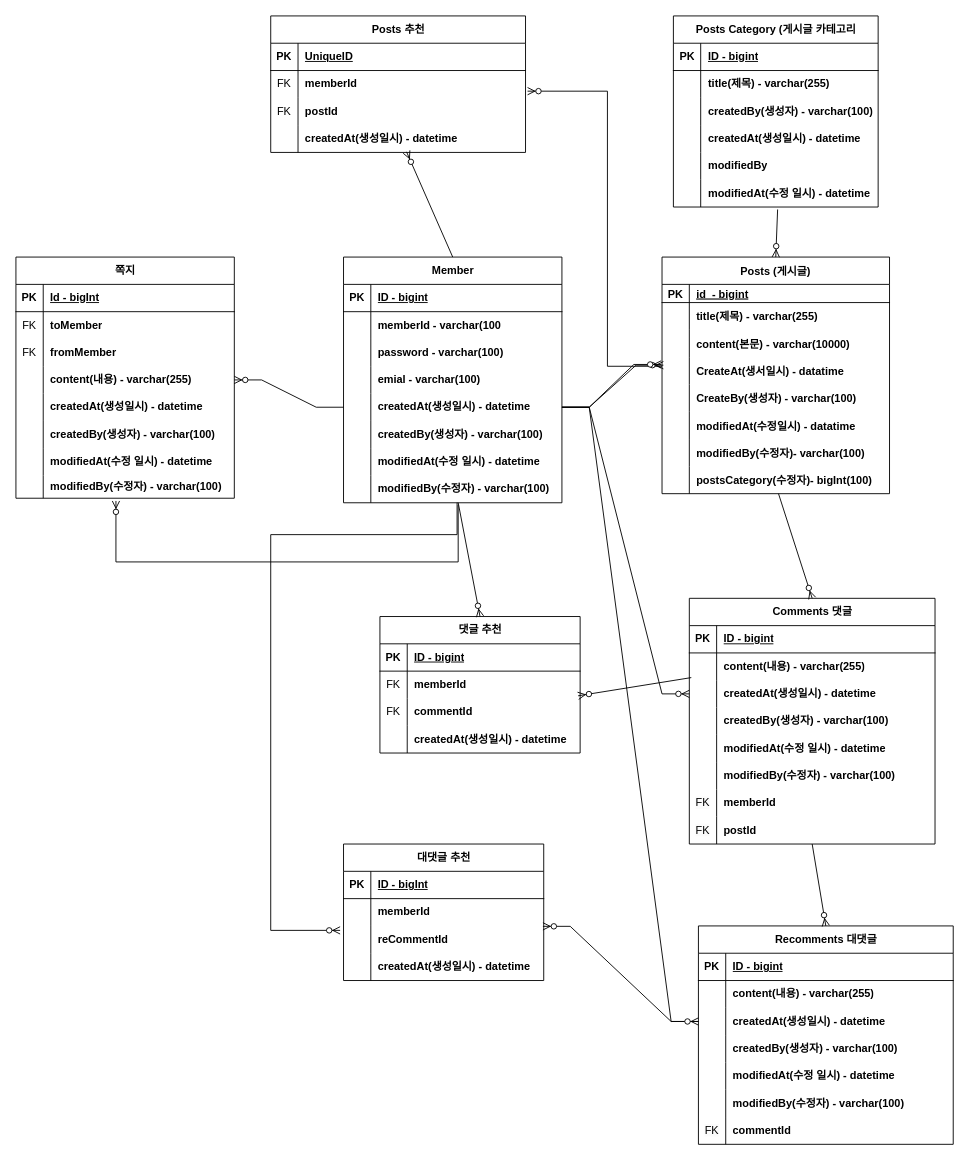
The draw.io diagram document/erd.drawio in blackzero23/DKComunity, before the edit. Source tidied: cells renumbered, new cells numbered last; positions are measured from the earlier drawing's top-left corner, leaving out a move shared by most shapes. Both pictures are drawn from the tidied source at 91%, with x=0, y=0 at pixel (15, 15).
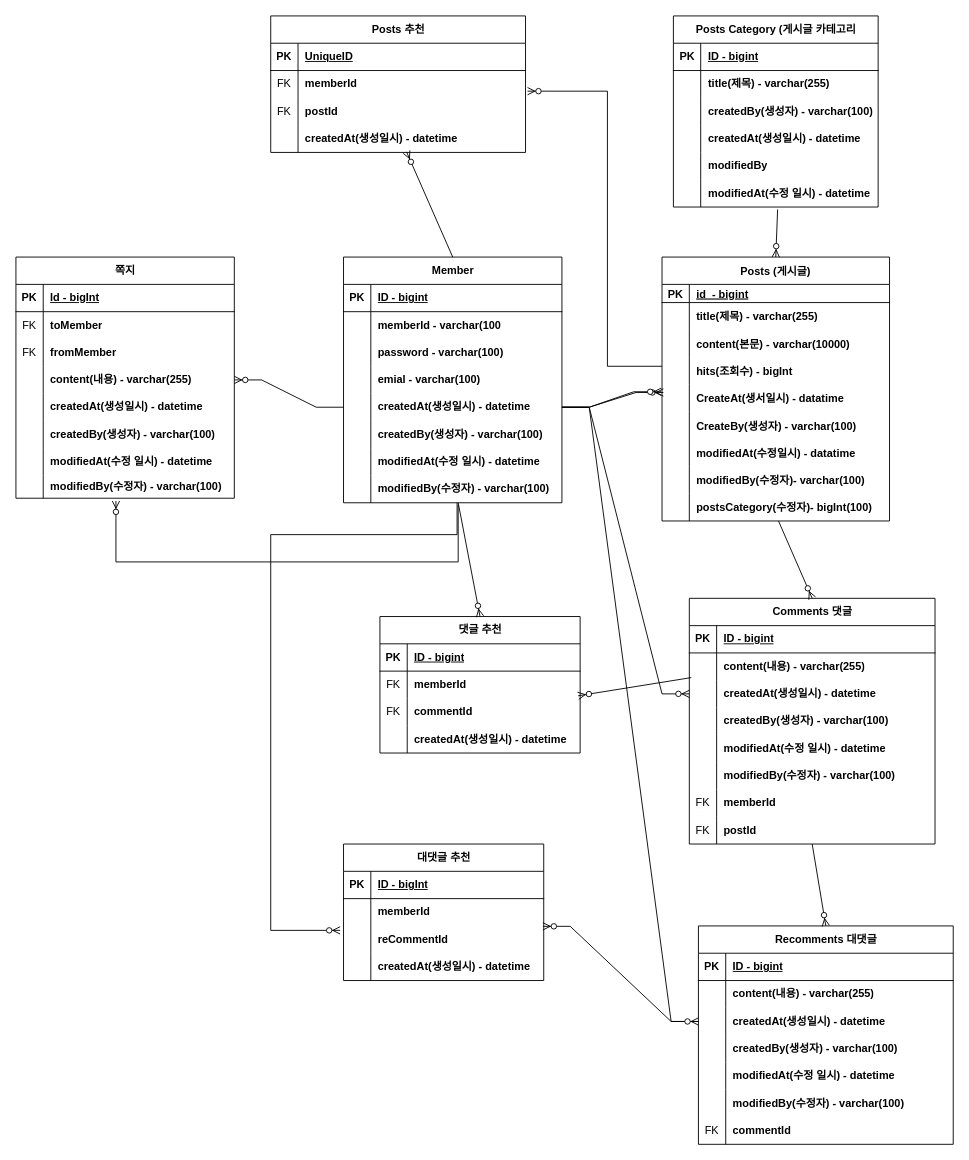
After the change.

Commit message:
게시판 조회수 추가.

Change to the diagram source:
```diff
@@
     <mxCell id="27" value="Posts (게시글)" style="shape=table;startSize=30;childLayout=tableLayout;rowLines=0;fontStyle=1;align=center;" parent="1" vertex="1">
-      <mxGeometry x="710" y="265" width="250" height="260" as="geometry" />
+      <mxGeometry x="710" y="265" width="250" height="290" as="geometry" />
     </mxCell>
@@
+    <mxCell id="197" style="shape=partialRectangle;fillColor=none;top=0;left=0;right=0;bottom=0;" parent="27" vertex="1">
+      <mxGeometry y="110" width="250" height="30" as="geometry" />
+    </mxCell>
+    <mxCell id="198" style="shape=partialRectangle;overflow=hidden;fillColor=none;top=0;left=0;bottom=0;right=0;" parent="197" vertex="1">
+      <mxGeometry width="30" height="30" as="geometry" />
+    </mxCell>
+    <mxCell id="199" value="hits(조회수) - bigInt" style="shape=partialRectangle;overflow=hidden;fillColor=none;top=0;left=0;bottom=0;right=0;align=left;spacingLeft=6;fontStyle=1;" parent="197" vertex="1">
+      <mxGeometry x="30" width="220" height="30" as="geometry" />
+    </mxCell>
     <mxCell id="37" style="shape=partialRectangle;fillColor=none;points=[[0,0.5],[1,0.5]];portConstraint=eastwest;top=0;left=0;right=0;bottom=0;" parent="27" vertex="1">
-      <mxGeometry y="110" width="250" height="30" as="geometry" />
+      <mxGeometry y="140" width="250" height="30" as="geometry" />
     </mxCell>
@@
     <mxCell id="40" style="shape=partialRectangle;fillColor=none;top=0;left=0;right=0;bottom=0;" parent="27" vertex="1">
-      <mxGeometry y="140" width="250" height="30" as="geometry" />
+      <mxGeometry y="170" width="250" height="30" as="geometry" />
     </mxCell>
@@
     <mxCell id="43" style="shape=partialRectangle;fillColor=none;top=0;left=0;right=0;bottom=0;" parent="27" vertex="1">
-      <mxGeometry y="170" width="250" height="30" as="geometry" />
+      <mxGeometry y="200" width="250" height="30" as="geometry" />
     </mxCell>
@@
     <mxCell id="46" style="shape=partialRectangle;fillColor=none;top=0;left=0;right=0;bottom=0;" parent="27" vertex="1">
-      <mxGeometry y="200" width="250" height="30" as="geometry" />
+      <mxGeometry y="230" width="250" height="30" as="geometry" />
     </mxCell>
@@
     <mxCell id="49" style="shape=partialRectangle;fillColor=none;points=[[0,0.5],[1,0.5]];portConstraint=eastwest;top=0;left=0;right=0;bottom=0;" parent="27" vertex="1">
-      <mxGeometry y="230" width="250" height="30" as="geometry" />
+      <mxGeometry y="260" width="250" height="30" as="geometry" />
     </mxCell>
```
